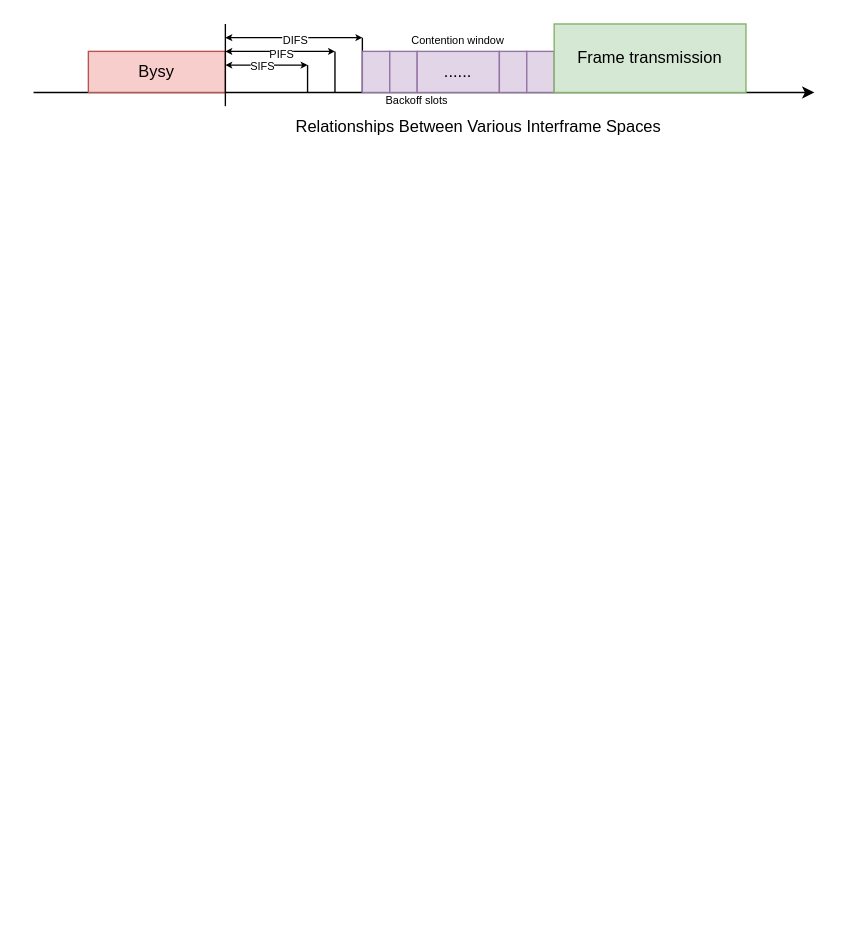
Earlier version of the draw.io diagram page "第 2 页" (2 of 3) of drawio/wifi.drawio (iceyxy/flow-chart-drawio). Source tidied: cells renumbered, new cells numbered last; positions are measured from the earlier drawing's top-left corner, leaving out a move shared by most shapes. Both pictures are drawn from the tidied source at 137%, with x=0, y=0 at pixel (33, 23).
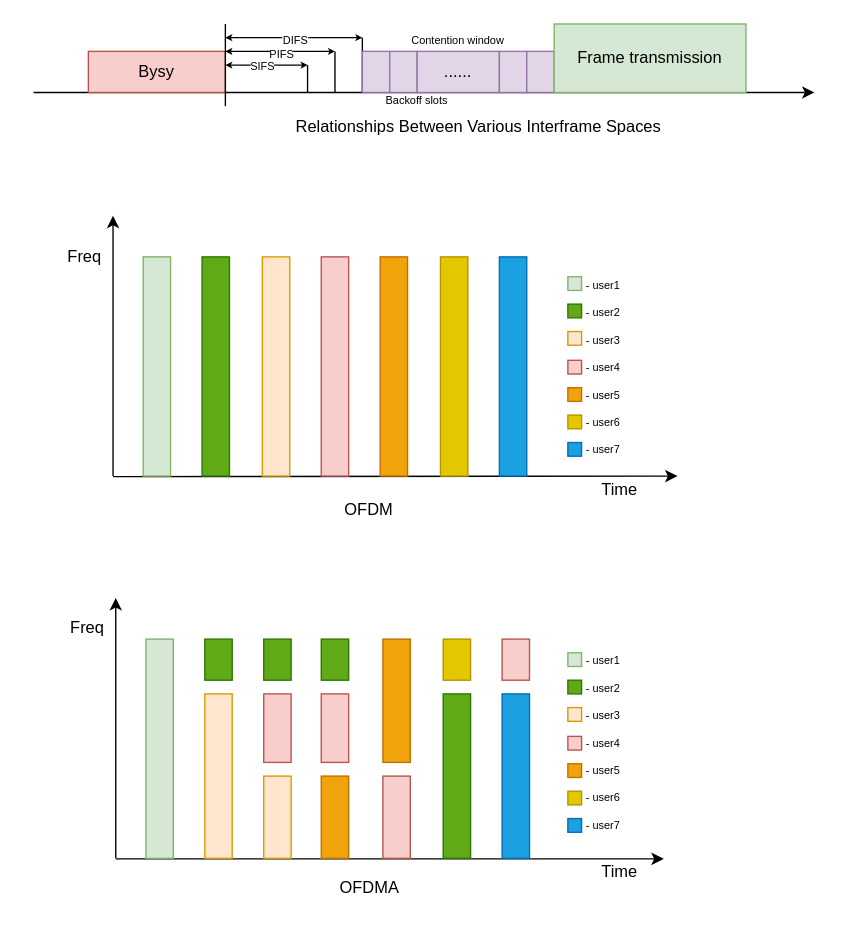
The same diagram, later.

The edit, as a diff of the source:
```diff
@@
+    <mxCell id="24" style="endArrow=classic;html=1;rounded=0;" parent="1" edge="1">
+      <mxGeometry relative="1" as="geometry">
+        <mxPoint x="58" y="330.4" as="sourcePoint" />
+        <mxPoint x="470" y="330" as="targetPoint" />
+      </mxGeometry>
+    </mxCell>
+    <mxCell id="25" style="rounded=0;whiteSpace=wrap;html=1;fillColor=#d5e8d4;strokeColor=#82b366;" parent="1" vertex="1">
+      <mxGeometry x="80" y="170" width="20" height="160" as="geometry" />
+    </mxCell>
+    <mxCell id="26" style="rounded=0;whiteSpace=wrap;html=1;fillColor=#60a917;fontColor=#ffffff;strokeColor=#2D7600;" parent="1" vertex="1">
+      <mxGeometry x="123" y="170" width="20" height="160" as="geometry" />
+    </mxCell>
+    <mxCell id="27" style="rounded=0;whiteSpace=wrap;html=1;fillColor=#ffe6cc;strokeColor=#d79b00;" parent="1" vertex="1">
+      <mxGeometry x="167" y="170" width="20" height="160" as="geometry" />
+    </mxCell>
+    <mxCell id="28" style="rounded=0;whiteSpace=wrap;html=1;fillColor=#f8cecc;strokeColor=#b85450;" parent="1" vertex="1">
+      <mxGeometry x="210" y="170" width="20" height="160" as="geometry" />
+    </mxCell>
+    <mxCell id="29" style="rounded=0;whiteSpace=wrap;html=1;fillColor=#f0a30a;fontColor=#000000;strokeColor=#BD7000;" parent="1" vertex="1">
+      <mxGeometry x="253" y="170" width="20" height="160" as="geometry" />
+    </mxCell>
+    <mxCell id="30" style="rounded=0;whiteSpace=wrap;html=1;fillColor=#e3c800;fontColor=#000000;strokeColor=#B09500;" parent="1" vertex="1">
+      <mxGeometry x="297" y="170" width="20" height="160" as="geometry" />
+    </mxCell>
+    <mxCell id="31" style="rounded=0;whiteSpace=wrap;html=1;fillColor=#1ba1e2;fontColor=#ffffff;strokeColor=#006EAF;" parent="1" vertex="1">
+      <mxGeometry x="340" y="170" width="20" height="160" as="geometry" />
+    </mxCell>
+    <mxCell id="32" style="endArrow=classic;html=1;rounded=0;exitX=0;exitY=1;exitDx=0;exitDy=0;" parent="1" edge="1">
+      <mxGeometry relative="1" as="geometry">
+        <mxPoint x="58" y="330" as="sourcePoint" />
+        <mxPoint x="58" y="140" as="targetPoint" />
+      </mxGeometry>
+    </mxCell>
+    <mxCell id="33" style="endArrow=classic;html=1;rounded=0;" parent="1" edge="1">
+      <mxGeometry relative="1" as="geometry">
+        <mxPoint x="60" y="609.4" as="sourcePoint" />
+        <mxPoint x="460" y="609.4" as="targetPoint" />
+      </mxGeometry>
+    </mxCell>
+    <mxCell id="34" style="rounded=0;whiteSpace=wrap;html=1;fillColor=#d5e8d4;strokeColor=#82b366;" parent="1" vertex="1">
+      <mxGeometry x="82" y="449" width="20" height="160" as="geometry" />
+    </mxCell>
+    <mxCell id="35" style="rounded=0;whiteSpace=wrap;html=1;fillColor=#60a917;fontColor=#ffffff;strokeColor=#2D7600;" parent="1" vertex="1">
+      <mxGeometry x="125" y="449" width="20" height="30" as="geometry" />
+    </mxCell>
+    <mxCell id="36" style="rounded=0;whiteSpace=wrap;html=1;fillColor=#ffe6cc;strokeColor=#d79b00;" parent="1" vertex="1">
+      <mxGeometry x="125" y="489" width="20" height="120" as="geometry" />
+    </mxCell>
+    <mxCell id="37" style="rounded=0;whiteSpace=wrap;html=1;fillColor=#f0a30a;fontColor=#000000;strokeColor=#BD7000;" parent="1" vertex="1">
+      <mxGeometry x="255" y="449" width="20" height="90" as="geometry" />
+    </mxCell>
+    <mxCell id="38" style="rounded=0;whiteSpace=wrap;html=1;fillColor=#e3c800;fontColor=#000000;strokeColor=#B09500;" parent="1" vertex="1">
+      <mxGeometry x="299" y="449" width="20" height="30" as="geometry" />
+    </mxCell>
+    <mxCell id="39" style="rounded=0;whiteSpace=wrap;html=1;fillColor=#1ba1e2;fontColor=#ffffff;strokeColor=#006EAF;" parent="1" vertex="1">
+      <mxGeometry x="342" y="489" width="20" height="120" as="geometry" />
+    </mxCell>
+    <mxCell id="40" style="endArrow=classic;html=1;rounded=0;exitX=0;exitY=1;exitDx=0;exitDy=0;" parent="1" edge="1">
+      <mxGeometry relative="1" as="geometry">
+        <mxPoint x="60" y="609" as="sourcePoint" />
+        <mxPoint x="60" y="419" as="targetPoint" />
+      </mxGeometry>
+    </mxCell>
+    <mxCell id="41" style="rounded=0;whiteSpace=wrap;html=1;fillColor=#60a917;fontColor=#ffffff;strokeColor=#2D7600;" parent="1" vertex="1">
+      <mxGeometry x="168" y="449" width="20" height="30" as="geometry" />
+    </mxCell>
+    <mxCell id="42" style="rounded=0;whiteSpace=wrap;html=1;fillColor=#ffe6cc;strokeColor=#d79b00;" parent="1" vertex="1">
+      <mxGeometry x="168" y="549" width="20" height="60" as="geometry" />
+    </mxCell>
+    <mxCell id="43" style="rounded=0;whiteSpace=wrap;html=1;fillColor=#f8cecc;strokeColor=#b85450;" parent="1" vertex="1">
+      <mxGeometry x="168" y="489" width="20" height="50" as="geometry" />
+    </mxCell>
+    <mxCell id="44" style="rounded=0;whiteSpace=wrap;html=1;fillColor=#60a917;fontColor=#ffffff;strokeColor=#2D7600;" parent="1" vertex="1">
+      <mxGeometry x="210" y="449" width="20" height="30" as="geometry" />
+    </mxCell>
+    <mxCell id="45" style="rounded=0;whiteSpace=wrap;html=1;fillColor=#f8cecc;strokeColor=#b85450;" parent="1" vertex="1">
+      <mxGeometry x="210" y="489" width="20" height="50" as="geometry" />
+    </mxCell>
+    <mxCell id="46" style="rounded=0;whiteSpace=wrap;html=1;fillColor=#f0a30a;fontColor=#000000;strokeColor=#BD7000;" parent="1" vertex="1">
+      <mxGeometry x="210" y="549" width="20" height="60" as="geometry" />
+    </mxCell>
+    <mxCell id="47" style="rounded=0;whiteSpace=wrap;html=1;fillColor=#f8cecc;strokeColor=#b85450;" parent="1" vertex="1">
+      <mxGeometry x="255" y="549" width="20" height="60" as="geometry" />
+    </mxCell>
+    <mxCell id="48" style="rounded=0;whiteSpace=wrap;html=1;fillColor=#60a917;fontColor=#ffffff;strokeColor=#2D7600;" parent="1" vertex="1">
+      <mxGeometry x="299" y="489" width="20" height="120" as="geometry" />
+    </mxCell>
+    <mxCell id="49" style="rounded=0;whiteSpace=wrap;html=1;fillColor=#f8cecc;strokeColor=#b85450;" parent="1" vertex="1">
+      <mxGeometry x="342" y="449" width="20" height="30" as="geometry" />
+    </mxCell>
+    <mxCell id="50" style="group;" parent="1" vertex="1">
+      <mxGeometry x="390" y="459" width="41" height="131" as="geometry" />
+    </mxCell>
+    <mxCell id="51" style="rounded=0;whiteSpace=wrap;html=1;fillColor=#d5e8d4;strokeColor=#82b366;" parent="50" vertex="1">
+      <mxGeometry width="10" height="10" as="geometry" />
+    </mxCell>
+    <mxCell id="52" style="rounded=0;whiteSpace=wrap;html=1;fillColor=#60a917;fontColor=#ffffff;strokeColor=#2D7600;" parent="50" vertex="1">
+      <mxGeometry y="20" width="10" height="10" as="geometry" />
+    </mxCell>
+    <mxCell id="53" style="rounded=0;whiteSpace=wrap;html=1;fillColor=#ffe6cc;strokeColor=#d79b00;" parent="50" vertex="1">
+      <mxGeometry y="40" width="10" height="10" as="geometry" />
+    </mxCell>
+    <mxCell id="54" style="rounded=0;whiteSpace=wrap;html=1;fillColor=#f8cecc;strokeColor=#b85450;" parent="50" vertex="1">
+      <mxGeometry y="61" width="10" height="10" as="geometry" />
+    </mxCell>
+    <mxCell id="55" style="rounded=0;whiteSpace=wrap;html=1;fillColor=#f0a30a;fontColor=#000000;strokeColor=#BD7000;" parent="50" vertex="1">
+      <mxGeometry y="81" width="10" height="10" as="geometry" />
+    </mxCell>
+    <mxCell id="56" style="rounded=0;whiteSpace=wrap;html=1;fillColor=#e3c800;fontColor=#000000;strokeColor=#B09500;" parent="50" vertex="1">
+      <mxGeometry y="101" width="10" height="10" as="geometry" />
+    </mxCell>
+    <mxCell id="57" style="rounded=0;whiteSpace=wrap;html=1;fillColor=#1ba1e2;fontColor=#ffffff;strokeColor=#006EAF;" parent="50" vertex="1">
+      <mxGeometry y="121" width="10" height="10" as="geometry" />
+    </mxCell>
+    <mxCell id="58" value="&lt;font style=&quot;font-size: 8px;&quot;&gt;- user1&lt;/font&gt;" style="text;html=1;whiteSpace=wrap;strokeColor=none;fillColor=none;align=center;verticalAlign=middle;rounded=0;" parent="50" vertex="1">
+      <mxGeometry x="11" width="30" height="10" as="geometry" />
+    </mxCell>
+    <mxCell id="59" value="&lt;font style=&quot;font-size: 8px;&quot;&gt;- user2&lt;/font&gt;" style="text;html=1;whiteSpace=wrap;strokeColor=none;fillColor=none;align=center;verticalAlign=middle;rounded=0;" parent="50" vertex="1">
+      <mxGeometry x="11" y="20" width="30" height="10" as="geometry" />
+    </mxCell>
+    <mxCell id="60" value="&lt;font style=&quot;font-size: 8px;&quot;&gt;- user3&lt;/font&gt;" style="text;html=1;whiteSpace=wrap;strokeColor=none;fillColor=none;align=center;verticalAlign=middle;rounded=0;" parent="50" vertex="1">
+      <mxGeometry x="11" y="40" width="30" height="10" as="geometry" />
+    </mxCell>
+    <mxCell id="61" value="&lt;font style=&quot;font-size: 8px;&quot;&gt;- user4&lt;/font&gt;" style="text;html=1;whiteSpace=wrap;strokeColor=none;fillColor=none;align=center;verticalAlign=middle;rounded=0;" parent="50" vertex="1">
+      <mxGeometry x="11" y="60" width="30" height="10" as="geometry" />
+    </mxCell>
+    <mxCell id="62" value="&lt;font style=&quot;font-size: 8px;&quot;&gt;- user5&lt;/font&gt;" style="text;html=1;whiteSpace=wrap;strokeColor=none;fillColor=none;align=center;verticalAlign=middle;rounded=0;" parent="50" vertex="1">
+      <mxGeometry x="11" y="80" width="30" height="10" as="geometry" />
+    </mxCell>
+    <mxCell id="63" value="&lt;font style=&quot;font-size: 8px;&quot;&gt;- user6&lt;/font&gt;" style="text;html=1;whiteSpace=wrap;strokeColor=none;fillColor=none;align=center;verticalAlign=middle;rounded=0;" parent="50" vertex="1">
+      <mxGeometry x="11" y="100" width="30" height="10" as="geometry" />
+    </mxCell>
+    <mxCell id="64" value="&lt;font style=&quot;font-size: 8px;&quot;&gt;- user7&lt;/font&gt;" style="text;html=1;whiteSpace=wrap;strokeColor=none;fillColor=none;align=center;verticalAlign=middle;rounded=0;" parent="50" vertex="1">
+      <mxGeometry x="11" y="120" width="30" height="10" as="geometry" />
+    </mxCell>
+    <mxCell id="65" style="group;" parent="1" vertex="1">
+      <mxGeometry x="390" y="184.5" width="41" height="131" as="geometry" />
+    </mxCell>
+    <mxCell id="66" style="rounded=0;whiteSpace=wrap;html=1;fillColor=#d5e8d4;strokeColor=#82b366;" parent="65" vertex="1">
+      <mxGeometry width="10" height="10" as="geometry" />
+    </mxCell>
+    <mxCell id="67" style="rounded=0;whiteSpace=wrap;html=1;fillColor=#60a917;fontColor=#ffffff;strokeColor=#2D7600;" parent="65" vertex="1">
+      <mxGeometry y="20" width="10" height="10" as="geometry" />
+    </mxCell>
+    <mxCell id="68" style="rounded=0;whiteSpace=wrap;html=1;fillColor=#ffe6cc;strokeColor=#d79b00;" parent="65" vertex="1">
+      <mxGeometry y="40" width="10" height="10" as="geometry" />
+    </mxCell>
+    <mxCell id="69" style="rounded=0;whiteSpace=wrap;html=1;fillColor=#f8cecc;strokeColor=#b85450;" parent="65" vertex="1">
+      <mxGeometry y="61" width="10" height="10" as="geometry" />
+    </mxCell>
+    <mxCell id="70" style="rounded=0;whiteSpace=wrap;html=1;fillColor=#f0a30a;fontColor=#000000;strokeColor=#BD7000;" parent="65" vertex="1">
+      <mxGeometry y="81" width="10" height="10" as="geometry" />
+    </mxCell>
+    <mxCell id="71" style="rounded=0;whiteSpace=wrap;html=1;fillColor=#e3c800;fontColor=#000000;strokeColor=#B09500;" parent="65" vertex="1">
+      <mxGeometry y="101" width="10" height="10" as="geometry" />
+    </mxCell>
+    <mxCell id="72" style="rounded=0;whiteSpace=wrap;html=1;fillColor=#1ba1e2;fontColor=#ffffff;strokeColor=#006EAF;" parent="65" vertex="1">
+      <mxGeometry y="121" width="10" height="10" as="geometry" />
+    </mxCell>
+    <mxCell id="73" value="&lt;font style=&quot;font-size: 8px;&quot;&gt;- user1&lt;/font&gt;" style="text;html=1;whiteSpace=wrap;strokeColor=none;fillColor=none;align=center;verticalAlign=middle;rounded=0;" parent="65" vertex="1">
+      <mxGeometry x="11" width="30" height="10" as="geometry" />
+    </mxCell>
+    <mxCell id="74" value="&lt;font style=&quot;font-size: 8px;&quot;&gt;- user2&lt;/font&gt;" style="text;html=1;whiteSpace=wrap;strokeColor=none;fillColor=none;align=center;verticalAlign=middle;rounded=0;" parent="65" vertex="1">
+      <mxGeometry x="11" y="20" width="30" height="10" as="geometry" />
+    </mxCell>
+    <mxCell id="75" value="&lt;font style=&quot;font-size: 8px;&quot;&gt;- user3&lt;/font&gt;" style="text;html=1;whiteSpace=wrap;strokeColor=none;fillColor=none;align=center;verticalAlign=middle;rounded=0;" parent="65" vertex="1">
+      <mxGeometry x="11" y="40" width="30" height="10" as="geometry" />
+    </mxCell>
+    <mxCell id="76" value="&lt;font style=&quot;font-size: 8px;&quot;&gt;- user4&lt;/font&gt;" style="text;html=1;whiteSpace=wrap;strokeColor=none;fillColor=none;align=center;verticalAlign=middle;rounded=0;" parent="65" vertex="1">
+      <mxGeometry x="11" y="60" width="30" height="10" as="geometry" />
+    </mxCell>
+    <mxCell id="77" value="&lt;font style=&quot;font-size: 8px;&quot;&gt;- user5&lt;/font&gt;" style="text;html=1;whiteSpace=wrap;strokeColor=none;fillColor=none;align=center;verticalAlign=middle;rounded=0;" parent="65" vertex="1">
+      <mxGeometry x="11" y="80" width="30" height="10" as="geometry" />
+    </mxCell>
+    <mxCell id="78" value="&lt;font style=&quot;font-size: 8px;&quot;&gt;- user6&lt;/font&gt;" style="text;html=1;whiteSpace=wrap;strokeColor=none;fillColor=none;align=center;verticalAlign=middle;rounded=0;" parent="65" vertex="1">
+      <mxGeometry x="11" y="100" width="30" height="10" as="geometry" />
+    </mxCell>
+    <mxCell id="79" value="&lt;font style=&quot;font-size: 8px;&quot;&gt;- user7&lt;/font&gt;" style="text;html=1;whiteSpace=wrap;strokeColor=none;fillColor=none;align=center;verticalAlign=middle;rounded=0;" parent="65" vertex="1">
+      <mxGeometry x="11" y="120" width="30" height="10" as="geometry" />
+    </mxCell>
+    <mxCell id="80" value="Time" style="text;html=1;whiteSpace=wrap;strokeColor=none;fillColor=none;align=center;verticalAlign=middle;rounded=0;" parent="1" vertex="1">
+      <mxGeometry x="410" y="609" width="35.6" height="20" as="geometry" />
+    </mxCell>
+    <mxCell id="81" value="Time" style="text;html=1;whiteSpace=wrap;strokeColor=none;fillColor=none;align=center;verticalAlign=middle;rounded=0;" parent="1" vertex="1">
+      <mxGeometry x="410" y="330" width="35.6" height="20" as="geometry" />
+    </mxCell>
+    <mxCell id="82" value="Freq" style="text;html=1;whiteSpace=wrap;strokeColor=none;fillColor=none;align=center;verticalAlign=middle;rounded=0;" parent="1" vertex="1">
+      <mxGeometry x="19" y="431" width="41" height="20" as="geometry" />
+    </mxCell>
+    <mxCell id="83" value="Freq" style="text;html=1;whiteSpace=wrap;strokeColor=none;fillColor=none;align=center;verticalAlign=middle;rounded=0;" parent="1" vertex="1">
+      <mxGeometry x="17" y="160" width="41" height="20" as="geometry" />
+    </mxCell>
+    <mxCell id="84" value="OFDM" style="text;html=1;whiteSpace=wrap;strokeColor=none;fillColor=none;align=center;verticalAlign=middle;rounded=0;" parent="1" vertex="1">
+      <mxGeometry x="215" y="340" width="60" height="30" as="geometry" />
+    </mxCell>
+    <mxCell id="85" value="OFDMA" style="text;html=1;whiteSpace=wrap;strokeColor=none;fillColor=none;align=center;verticalAlign=middle;rounded=0;" parent="1" vertex="1">
+      <mxGeometry x="224.5" y="621" width="41" height="20" as="geometry" />
+    </mxCell>
```
